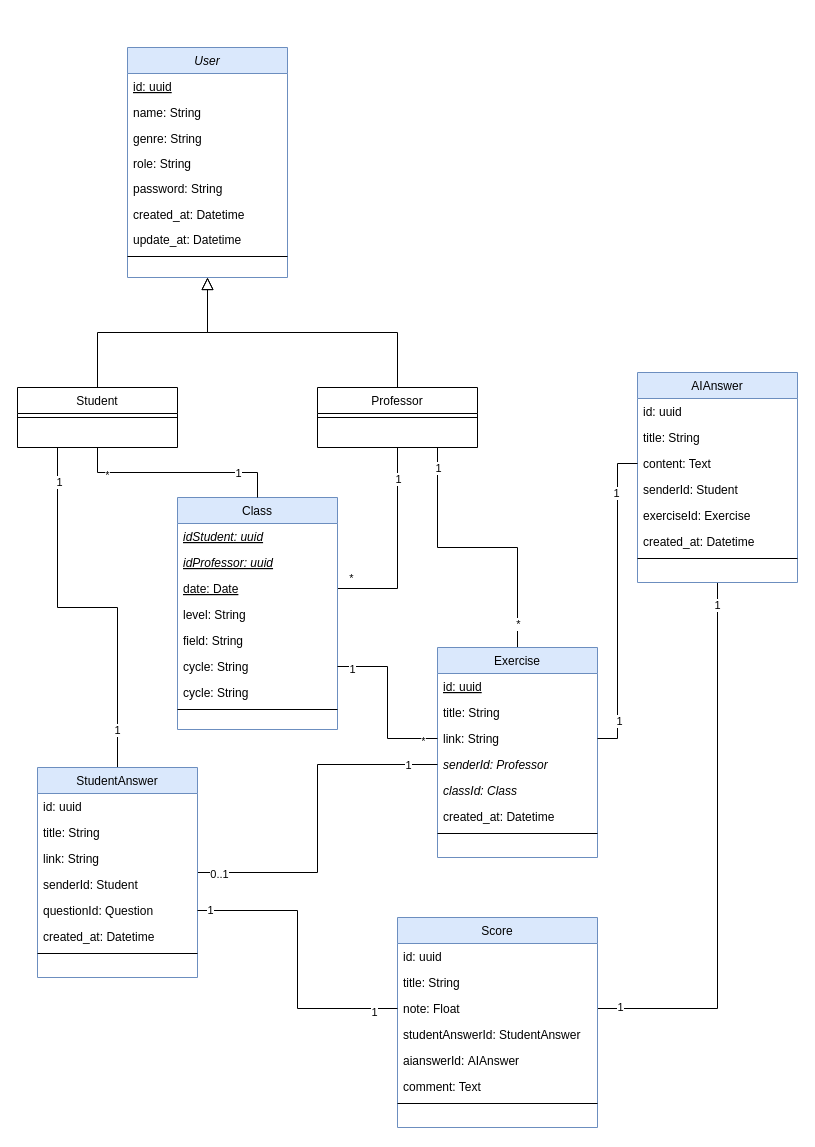
Earlier version of the draw.io diagram plateforme_de_correction(MI).drawio (SSDM2/ESP_DBEval). Source tidied: cells renumbered, new cells numbered last; positions are measured from the earlier drawing's top-left corner, leaving out a move shared by most shapes. Both pictures are drawn from the tidied source at 100%, with x=0, y=0 at pixel (17, 47).
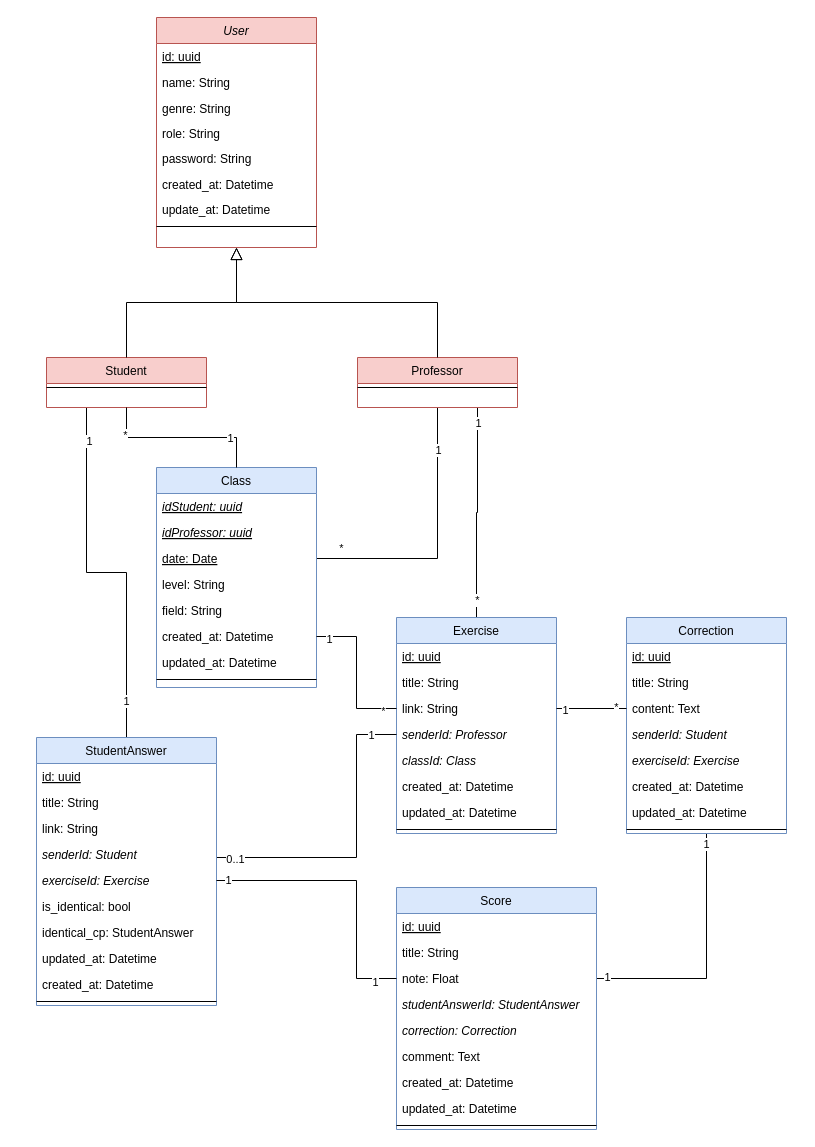
The same diagram, later.

Commit message:
Mettre à jour plateforme_de_correction(MI).drawio

The change refers to these unchanged cells:
```xml
<mxCell id="34" style="line;html=1;strokeWidth=1;align=left;verticalAlign=middle;spacingTop=-1;spacingLeft=3;spacingRight=3;labelPosition=right;points=[];portConstraint=eastwest;" parent="26" vertex="1">
  <mxGeometry y="208" width="160" height="8" as="geometry" />
</mxCell>
<mxCell id="39" value="senderId: Professor" style="text;align=left;verticalAlign=top;spacingLeft=4;spacingRight=4;overflow=hidden;points=[[0,0.5],[1,0.5]];portConstraint=eastwest;rounded=0;shadow=0;html=0;fontStyle=2;" parent="35" vertex="1">
  <mxGeometry y="104" width="160" height="26" as="geometry" />
</mxCell>
<mxCell id="71" style="edgeStyle=orthogonalEdgeStyle;rounded=0;jettySize=auto;html=1;exitX=1;exitY=0.5;exitDx=0;exitDy=0;entryX=0;entryY=0.5;entryDx=0;entryDy=0;endArrow=none;startFill=0;" parent="1" edge="1" source="38" target="66">
  <mxGeometry relative="1" as="geometry" />
</mxCell>
<mxCell id="77" value="note: Float" style="text;align=left;verticalAlign=top;spacingLeft=4;spacingRight=4;overflow=hidden;points=[[0,0.5],[1,0.5]];portConstraint=eastwest;rounded=0;shadow=0;html=0;" parent="74" vertex="1">
  <mxGeometry y="78" width="200" height="26" as="geometry" />
</mxCell>
```

Diff of the diagram source:
```diff
@@
-    <mxCell id="2" value="User" style="swimlane;fontStyle=2;align=center;verticalAlign=top;horizontal=1;startSize=26;rounded=0;shadow=0;strokeWidth=1;fillColor=#dae8fc;strokeColor=#6c8ebf;" parent="1" vertex="1">
-      <mxGeometry x="110" width="160" height="230" as="geometry" />
+    <mxCell id="2" value="User" style="swimlane;fontStyle=2;align=center;verticalAlign=top;horizontal=1;startSize=26;rounded=0;shadow=0;strokeWidth=1;fillColor=#f8cecc;strokeColor=#b85450;" parent="1" vertex="1">
+      <mxGeometry x="139" y="-30" width="160" height="230" as="geometry" />
     </mxCell>
@@
-    <mxCell id="14" value="Student" style="swimlane;fontStyle=0;align=center;verticalAlign=top;horizontal=1;startSize=26;rounded=0;shadow=0;strokeWidth=1;" parent="1" vertex="1">
-      <mxGeometry y="340" width="160" height="60" as="geometry" />
+    <mxCell id="14" value="Student" style="swimlane;fontStyle=0;align=center;verticalAlign=top;horizontal=1;startSize=26;rounded=0;shadow=0;strokeWidth=1;fillColor=#f8cecc;strokeColor=#b85450;" parent="1" vertex="1">
+      <mxGeometry x="29" y="310" width="160" height="50" as="geometry" />
     </mxCell>
@@
-    <mxCell id="23" value="Professor" style="swimlane;fontStyle=0;align=center;verticalAlign=top;horizontal=1;startSize=26;rounded=0;shadow=0;strokeWidth=1;" parent="1" vertex="1">
-      <mxGeometry x="300" y="340" width="160" height="60" as="geometry" />
+    <mxCell id="23" value="Professor" style="swimlane;fontStyle=0;align=center;verticalAlign=top;horizontal=1;startSize=26;rounded=0;shadow=0;strokeWidth=1;fillColor=#f8cecc;strokeColor=#b85450;" parent="1" vertex="1">
+      <mxGeometry x="340" y="310" width="160" height="50" as="geometry" />
     </mxCell>
@@
     <mxCell id="26" value="Class" style="swimlane;fontStyle=0;align=center;verticalAlign=top;horizontal=1;startSize=26;rounded=0;shadow=0;strokeWidth=1;fillColor=#dae8fc;strokeColor=#6c8ebf;" parent="1" vertex="1">
-      <mxGeometry x="160" y="450" width="160" height="232" as="geometry" />
+      <mxGeometry x="139" y="420" width="160" height="220" as="geometry" />
     </mxCell>
@@
-    <mxCell id="32" value="cycle: String" style="text;align=left;verticalAlign=top;spacingLeft=4;spacingRight=4;overflow=hidden;points=[[0,0.5],[1,0.5]];portConstraint=eastwest;rounded=0;shadow=0;html=0;" parent="26" vertex="1">
+    <mxCell id="32" value="created_at: Datetime" style="text;align=left;verticalAlign=top;spacingLeft=4;spacingRight=4;overflow=hidden;points=[[0,0.5],[1,0.5]];portConstraint=eastwest;rounded=0;shadow=0;html=0;" parent="26" vertex="1">
       <mxGeometry y="156" width="160" height="26" as="geometry" />
     </mxCell>
-    <mxCell id="33" value="cycle: String" style="text;align=left;verticalAlign=top;spacingLeft=4;spacingRight=4;overflow=hidden;rounded=0;shadow=0;html=0;" parent="26" vertex="1">
+    <mxCell id="33" value="updated_at: Datetime" style="text;align=left;verticalAlign=top;spacingLeft=4;spacingRight=4;overflow=hidden;rounded=0;shadow=0;html=0;" parent="26" vertex="1">
       <mxGeometry y="182" width="160" height="26" as="geometry" />
     </mxCell>
@@
+    <mxCell id="85" style="edgeStyle=orthogonalEdgeStyle;rounded=0;jettySize=auto;html=1;exitX=0.5;exitY=1;exitDx=0;exitDy=0;entryX=0.5;entryY=1.5;entryDx=0;entryDy=0;entryPerimeter=0;" parent="26" edge="1" source="26" target="34">
+      <mxGeometry relative="1" as="geometry" />
+    </mxCell>
     <mxCell id="35" value="Exercise" style="swimlane;fontStyle=0;align=center;verticalAlign=top;horizontal=1;startSize=26;rounded=0;shadow=0;strokeWidth=1;fillColor=#dae8fc;strokeColor=#6c8ebf;" parent="1" vertex="1">
-      <mxGeometry x="420" y="600" width="160" height="210" as="geometry" />
+      <mxGeometry x="379" y="570" width="160" height="216" as="geometry" />
     </mxCell>
@@
+    <mxCell id="86" value="updated_at: Datetime" style="text;align=left;verticalAlign=top;spacingLeft=4;spacingRight=4;overflow=hidden;rounded=0;shadow=0;html=0;" parent="35" vertex="1">
+      <mxGeometry y="182" width="160" height="26" as="geometry" />
+    </mxCell>
     <mxCell id="42" style="line;html=1;strokeWidth=1;align=left;verticalAlign=middle;spacingTop=-1;spacingLeft=3;spacingRight=3;labelPosition=right;" parent="35" vertex="1">
-      <mxGeometry y="182" width="160" height="8" as="geometry" />
+      <mxGeometry y="208" width="160" height="8" as="geometry" />
     </mxCell>
@@
     <mxCell id="46" style="edgeStyle=orthogonalEdgeStyle;rounded=0;jettySize=auto;html=1;entryX=0;entryY=0.5;entryDx=0;entryDy=0;endArrow=none;startFill=0;" parent="1" edge="1" source="49" target="39">
-      <mxGeometry relative="1" as="geometry" />
+      <mxGeometry relative="1" as="geometry">
+        <Array as="points">
+          <mxPoint x="339" y="810" />
+          <mxPoint x="339" y="687" />
+        </Array>
+      </mxGeometry>
     </mxCell>
@@
     <mxCell id="49" value="StudentAnswer" style="swimlane;fontStyle=0;align=center;verticalAlign=top;horizontal=1;startSize=26;rounded=0;shadow=0;strokeWidth=1;fillColor=#dae8fc;strokeColor=#6c8ebf;" parent="1" vertex="1">
-      <mxGeometry x="20" y="720" width="160" height="210" as="geometry" />
+      <mxGeometry x="19" y="690" width="180" height="268" as="geometry" />
     </mxCell>
-    <mxCell id="50" value="id: uuid" style="text;align=left;verticalAlign=top;spacingLeft=4;spacingRight=4;overflow=hidden;" parent="49" vertex="1">
-      <mxGeometry y="26" width="160" height="26" as="geometry" />
+    <mxCell id="50" value="id: uuid" style="text;align=left;verticalAlign=top;spacingLeft=4;spacingRight=4;overflow=hidden;fontStyle=4;" parent="49" vertex="1">
+      <mxGeometry y="26" width="180" height="26" as="geometry" />
     </mxCell>
     <mxCell id="51" value="title: String" style="text;align=left;verticalAlign=top;spacingLeft=4;spacingRight=4;overflow=hidden;rounded=0;shadow=0;html=0;" parent="49" vertex="1">
-      <mxGeometry y="52" width="160" height="26" as="geometry" />
+      <mxGeometry y="52" width="180" height="26" as="geometry" />
     </mxCell>
     <mxCell id="52" value="link: String" style="text;align=left;verticalAlign=top;spacingLeft=4;spacingRight=4;overflow=hidden;rounded=0;shadow=0;html=0;" parent="49" vertex="1">
-      <mxGeometry y="78" width="160" height="26" as="geometry" />
+      <mxGeometry y="78" width="180" height="26" as="geometry" />
     </mxCell>
-    <mxCell id="53" value="senderId: Student" style="text;align=left;verticalAlign=top;spacingLeft=4;spacingRight=4;overflow=hidden;rounded=0;shadow=0;html=0;" parent="49" vertex="1">
-      <mxGeometry y="104" width="160" height="26" as="geometry" />
+    <mxCell id="53" value="senderId: Student" style="text;align=left;verticalAlign=top;spacingLeft=4;spacingRight=4;overflow=hidden;rounded=0;shadow=0;html=0;fontStyle=2;" parent="49" vertex="1">
+      <mxGeometry y="104" width="180" height="26" as="geometry" />
     </mxCell>
-    <mxCell id="54" value="questionId: Question" style="text;align=left;verticalAlign=top;spacingLeft=4;spacingRight=4;overflow=hidden;points=[[0,0.5],[1,0.5]];portConstraint=eastwest;rounded=0;shadow=0;html=0;" parent="49" vertex="1">
-      <mxGeometry y="130" width="160" height="26" as="geometry" />
+    <mxCell id="54" value="exerciseId: Exercise" style="text;align=left;verticalAlign=top;spacingLeft=4;spacingRight=4;overflow=hidden;points=[[0,0.5],[1,0.5]];portConstraint=eastwest;rounded=0;shadow=0;html=0;fontStyle=2;" parent="49" vertex="1">
+      <mxGeometry y="130" width="180" height="26" as="geometry" />
     </mxCell>
-    <mxCell id="55" value="created_at: Datetime" style="text;align=left;verticalAlign=top;spacingLeft=4;spacingRight=4;overflow=hidden;rounded=0;shadow=0;html=0;" parent="49" vertex="1">
-      <mxGeometry y="156" width="160" height="26" as="geometry" />
+    <mxCell id="55" value="is_identical: bool" style="text;align=left;verticalAlign=top;spacingLeft=4;spacingRight=4;overflow=hidden;rounded=0;shadow=0;html=0;" parent="49" vertex="1">
+      <mxGeometry y="156" width="180" height="26" as="geometry" />
     </mxCell>
+    <mxCell id="87" value="identical_cp: StudentAnswer" style="text;align=left;verticalAlign=top;spacingLeft=4;spacingRight=4;overflow=hidden;rounded=0;shadow=0;html=0;" parent="49" vertex="1">
+      <mxGeometry y="182" width="180" height="26" as="geometry" />
+    </mxCell>
+    <mxCell id="88" value="updated_at: Datetime" style="text;align=left;verticalAlign=top;spacingLeft=4;spacingRight=4;overflow=hidden;rounded=0;shadow=0;html=0;" parent="49" vertex="1">
+      <mxGeometry y="208" width="180" height="26" as="geometry" />
+    </mxCell>
+    <mxCell id="89" value="created_at: Datetime" style="text;align=left;verticalAlign=top;spacingLeft=4;spacingRight=4;overflow=hidden;rounded=0;shadow=0;html=0;" parent="49" vertex="1">
+      <mxGeometry y="234" width="180" height="26" as="geometry" />
+    </mxCell>
     <mxCell id="56" style="line;html=1;strokeWidth=1;align=left;verticalAlign=middle;spacingTop=-1;spacingLeft=3;spacingRight=3;labelPosition=right;" parent="49" vertex="1">
-      <mxGeometry y="182" width="160" height="8" as="geometry" />
+      <mxGeometry y="260" width="180" height="8" as="geometry" />
     </mxCell>
@@
-    <mxCell id="63" value="AIAnswer" style="swimlane;fontStyle=0;align=center;verticalAlign=top;horizontal=1;startSize=26;rounded=0;shadow=0;strokeWidth=1;fillColor=#dae8fc;strokeColor=#6c8ebf;" parent="1" vertex="1">
-      <mxGeometry x="620" y="325" width="160" height="210" as="geometry" />
+    <mxCell id="63" value="Correction" style="swimlane;fontStyle=0;align=center;verticalAlign=top;horizontal=1;startSize=26;rounded=0;shadow=0;strokeWidth=1;fillColor=#dae8fc;strokeColor=#6c8ebf;" parent="1" vertex="1">
+      <mxGeometry x="609" y="570" width="160" height="216" as="geometry" />
     </mxCell>
-    <mxCell id="64" value="id: uuid" style="text;align=left;verticalAlign=top;spacingLeft=4;spacingRight=4;overflow=hidden;" parent="63" vertex="1">
+    <mxCell id="64" value="id: uuid" style="text;align=left;verticalAlign=top;spacingLeft=4;spacingRight=4;overflow=hidden;fontStyle=4;" parent="63" vertex="1">
       <mxGeometry y="26" width="160" height="26" as="geometry" />
     </mxCell>
@@
-    <mxCell id="67" value="senderId: Student" style="text;align=left;verticalAlign=top;spacingLeft=4;spacingRight=4;overflow=hidden;rounded=0;shadow=0;html=0;" parent="63" vertex="1">
+    <mxCell id="67" value="senderId: Student" style="text;align=left;verticalAlign=top;spacingLeft=4;spacingRight=4;overflow=hidden;rounded=0;shadow=0;html=0;fontStyle=2;" parent="63" vertex="1">
       <mxGeometry y="104" width="160" height="26" as="geometry" />
     </mxCell>
-    <mxCell id="68" value="exerciseId: Exercise" style="text;align=left;verticalAlign=top;spacingLeft=4;spacingRight=4;overflow=hidden;rounded=0;shadow=0;html=0;" parent="63" vertex="1">
+    <mxCell id="68" value="exerciseId: Exercise" style="text;align=left;verticalAlign=top;spacingLeft=4;spacingRight=4;overflow=hidden;rounded=0;shadow=0;html=0;fontStyle=2;" parent="63" vertex="1">
       <mxGeometry y="130" width="160" height="26" as="geometry" />
     </mxCell>
@@
+    <mxCell id="90" value="updated_at: Datetime" style="text;align=left;verticalAlign=top;spacingLeft=4;spacingRight=4;overflow=hidden;rounded=0;shadow=0;html=0;" parent="63" vertex="1">
+      <mxGeometry y="182" width="160" height="26" as="geometry" />
+    </mxCell>
     <mxCell id="70" style="line;html=1;strokeWidth=1;align=left;verticalAlign=middle;spacingTop=-1;spacingLeft=3;spacingRight=3;labelPosition=right;" parent="63" vertex="1">
-      <mxGeometry y="182" width="160" height="8" as="geometry" />
+      <mxGeometry y="208" width="160" height="8" as="geometry" />
     </mxCell>
@@
-    <mxCell id="72" value="1" style="edgeLabel;html=1;align=center;verticalAlign=middle;" parent="71" vertex="1">
+    <mxCell id="72" value="*" style="edgeLabel;html=1;align=center;verticalAlign=middle;" parent="71" vertex="1">
       <mxGeometry x="0.69" y="2" relative="1" as="geometry" />
     </mxCell>
@@
     <mxCell id="74" value="Score" style="swimlane;fontStyle=0;align=center;verticalAlign=top;horizontal=1;startSize=26;rounded=0;shadow=0;strokeWidth=1;fillColor=#dae8fc;strokeColor=#6c8ebf;" parent="1" vertex="1">
-      <mxGeometry x="380" y="870" width="200" height="210" as="geometry" />
+      <mxGeometry x="379" y="840" width="200" height="242" as="geometry" />
     </mxCell>
-    <mxCell id="75" value="id: uuid" style="text;align=left;verticalAlign=top;spacingLeft=4;spacingRight=4;overflow=hidden;" parent="74" vertex="1">
+    <mxCell id="75" value="id: uuid" style="text;align=left;verticalAlign=top;spacingLeft=4;spacingRight=4;overflow=hidden;fontStyle=4;" parent="74" vertex="1">
       <mxGeometry y="26" width="200" height="26" as="geometry" />
     </mxCell>
@@
-    <mxCell id="78" value="studentAnswerId: StudentAnswer" style="text;align=left;verticalAlign=top;spacingLeft=4;spacingRight=4;overflow=hidden;rounded=0;shadow=0;html=0;" parent="74" vertex="1">
+    <mxCell id="78" value="studentAnswerId: StudentAnswer" style="text;align=left;verticalAlign=top;spacingLeft=4;spacingRight=4;overflow=hidden;rounded=0;shadow=0;html=0;fontStyle=2;" parent="74" vertex="1">
       <mxGeometry y="104" width="200" height="26" as="geometry" />
     </mxCell>
-    <mxCell id="79" value="aianswerId: AIAnswer" style="text;align=left;verticalAlign=top;spacingLeft=4;spacingRight=4;overflow=hidden;rounded=0;shadow=0;html=0;" parent="74" vertex="1">
+    <mxCell id="79" value="correction: Correction" style="text;align=left;verticalAlign=top;spacingLeft=4;spacingRight=4;overflow=hidden;rounded=0;shadow=0;html=0;fontStyle=2;" parent="74" vertex="1">
       <mxGeometry y="130" width="200" height="26" as="geometry" />
     </mxCell>
@@
+    <mxCell id="91" value="created_at: Datetime" style="text;align=left;verticalAlign=top;spacingLeft=4;spacingRight=4;overflow=hidden;rounded=0;shadow=0;html=0;" parent="74" vertex="1">
+      <mxGeometry y="182" width="200" height="26" as="geometry" />
+    </mxCell>
+    <mxCell id="92" value="updated_at: Datetime" style="text;align=left;verticalAlign=top;spacingLeft=4;spacingRight=4;overflow=hidden;rounded=0;shadow=0;html=0;" parent="74" vertex="1">
+      <mxGeometry y="208" width="200" height="26" as="geometry" />
+    </mxCell>
     <mxCell id="81" style="line;html=1;strokeWidth=1;align=left;verticalAlign=middle;spacingTop=-1;spacingLeft=3;spacingRight=3;labelPosition=right;" parent="74" vertex="1">
-      <mxGeometry y="182" width="200" height="8" as="geometry" />
+      <mxGeometry y="234" width="200" height="8" as="geometry" />
     </mxCell>
     <mxCell id="82" style="edgeStyle=orthogonalEdgeStyle;rounded=0;jettySize=auto;html=1;exitX=1;exitY=0.5;exitDx=0;exitDy=0;entryX=0;entryY=0.5;entryDx=0;entryDy=0;endArrow=none;startFill=0;" parent="1" edge="1" source="54" target="77">
-      <mxGeometry relative="1" as="geometry" />
+      <mxGeometry relative="1" as="geometry">
+        <Array as="points">
+          <mxPoint x="339" y="833" />
+          <mxPoint x="339" y="931" />
+        </Array>
+      </mxGeometry>
     </mxCell>
```
